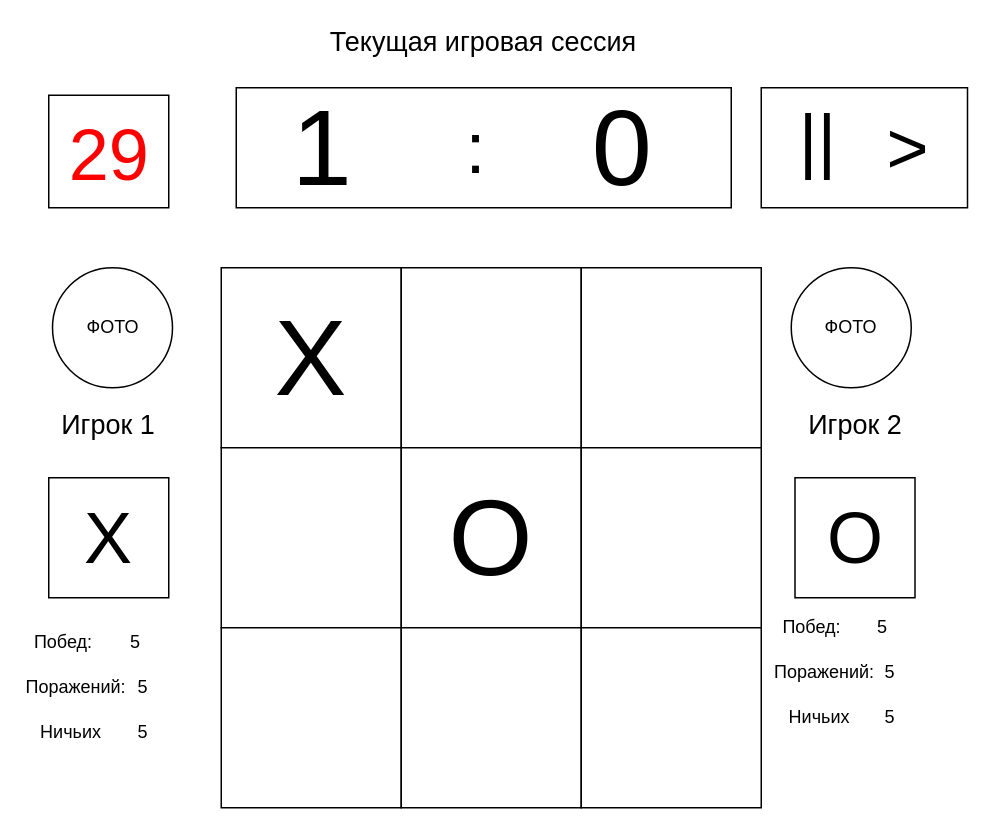
OlegRnd/tic-tac-toe keeps this draw.io diagram as page "Game Page" (2 of 4) of TictacToe.drawio. Above is the earlier version. Source tidied: cells renumbered, new cells numbered last; positions are measured from the earlier drawing's top-left corner, leaving out a move shared by most shapes. Both pictures are drawn from the tidied source at 150%, with x=0, y=0 at pixel (26, 27).
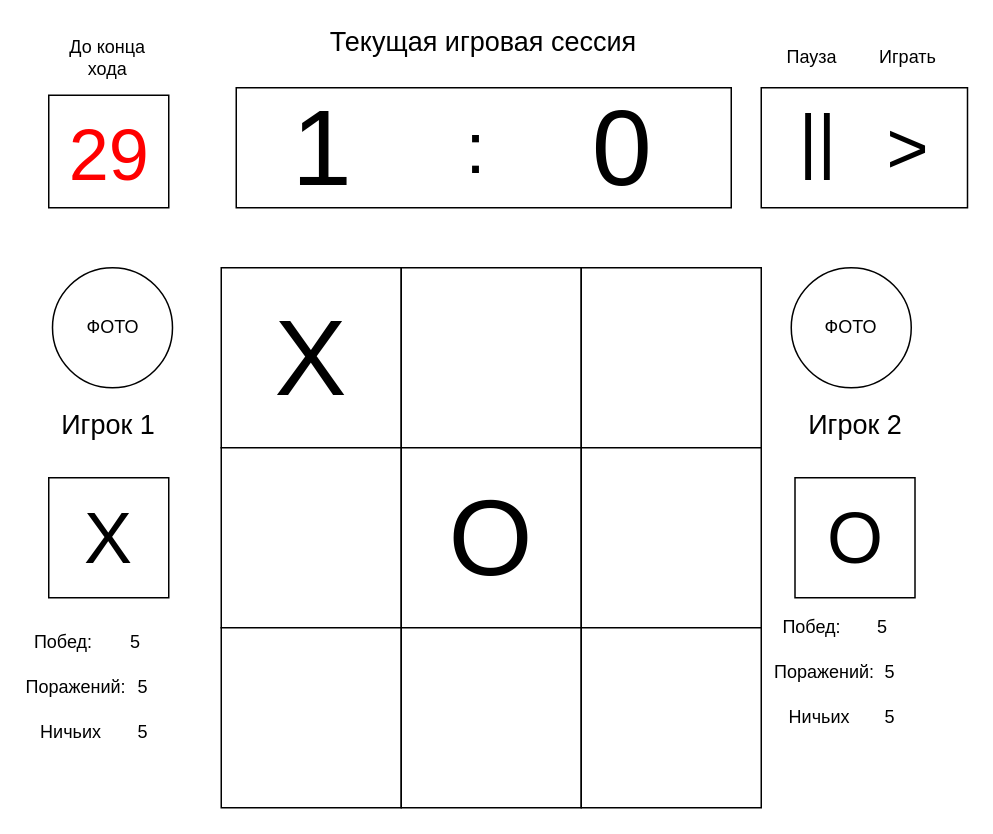
After the change.

The edit, as a diff of the source:
```diff
@@
+    <mxCell id="39" value="До конца &lt;br&gt;хода" style="text;html=1;strokeColor=none;fillColor=none;align=center;verticalAlign=middle;whiteSpace=wrap;rounded=0;" parent="1" vertex="1">
+      <mxGeometry x="12.5" width="82.5" height="40" as="geometry" />
+    </mxCell>
+    <mxCell id="40" value="Пауза" style="text;html=1;strokeColor=none;fillColor=none;align=center;verticalAlign=middle;whiteSpace=wrap;rounded=0;" parent="1" vertex="1">
+      <mxGeometry x="503.8" y="10" width="40" height="20" as="geometry" />
+    </mxCell>
+    <mxCell id="41" value="Играть" style="text;html=1;strokeColor=none;fillColor=none;align=center;verticalAlign=middle;whiteSpace=wrap;rounded=0;" parent="1" vertex="1">
+      <mxGeometry x="567.5" y="10" width="40" height="20" as="geometry" />
+    </mxCell>
```
